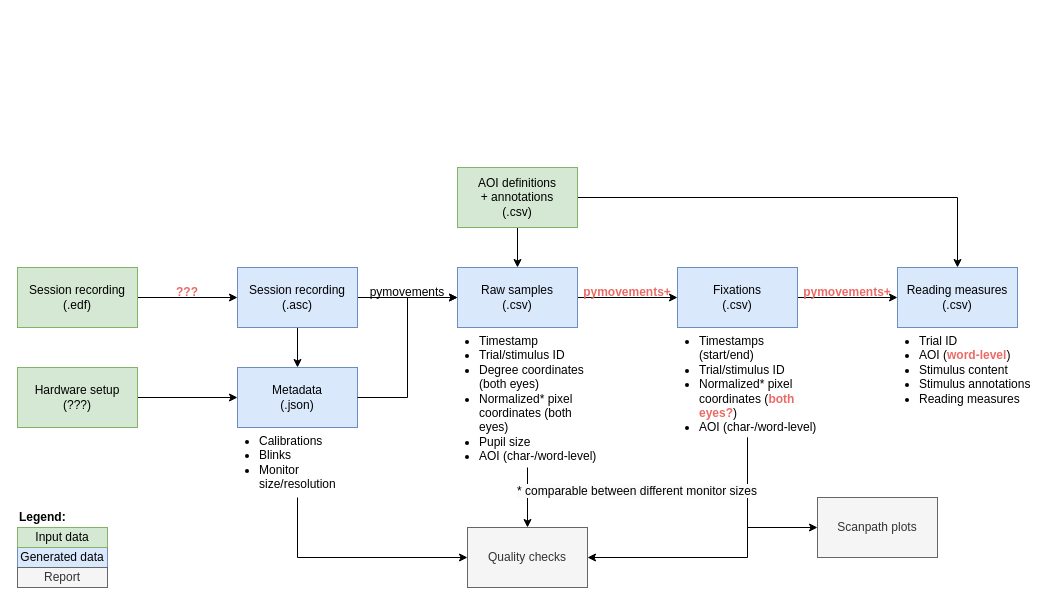
This is preprocessing.drawio from theDebbister/multipleye-preprocessing, a draw.io file, before an edit. Source tidied: cells renumbered, new cells numbered last; positions are measured from the earlier drawing's top-left corner, leaving out a move shared by most shapes. Both pictures are drawn from the tidied source at 100%, with x=0, y=0 at pixel (17, 167).
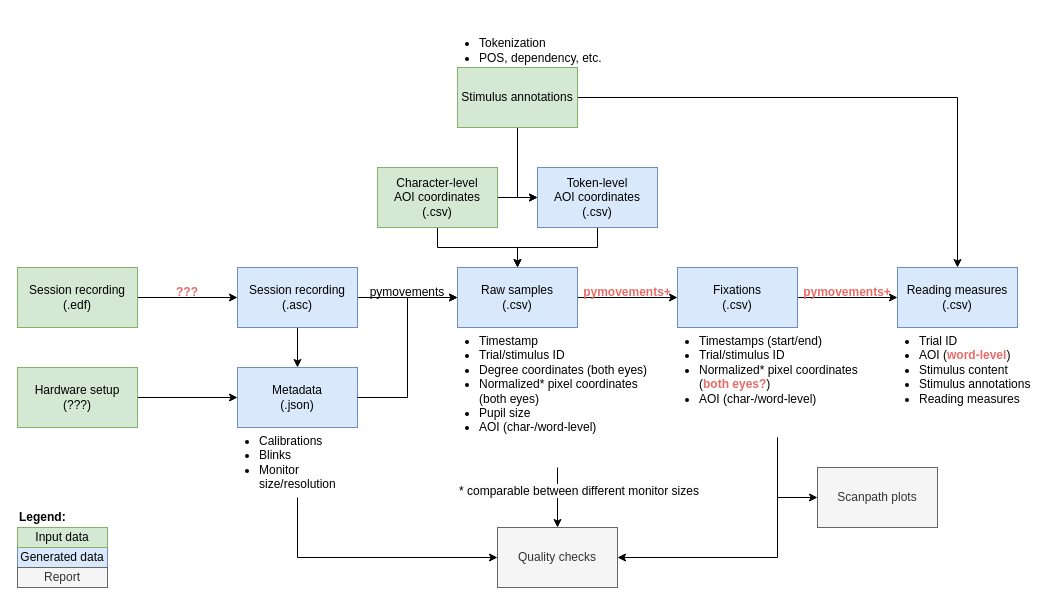
The same diagram, later.

Commit message:
Add stimulus annotations to diagram

The change refers to these unchanged cells:
```xml
<mxCell id="8" value="Raw samples&lt;div&gt;(.csv)&lt;/div&gt;" style="rounded=0;whiteSpace=wrap;html=1;fillColor=#dae8fc;strokeColor=#6c8ebf;" parent="1" vertex="1">
  <mxGeometry x="440" y="100" width="120" height="60" as="geometry" />
</mxCell>
<mxCell id="30" value="Reading measures&lt;div&gt;(.csv)&lt;/div&gt;" style="rounded=0;whiteSpace=wrap;html=1;fillColor=#dae8fc;strokeColor=#6c8ebf;" parent="1" vertex="1">
  <mxGeometry x="880" y="100" width="120" height="60" as="geometry" />
</mxCell>
```

Change to the diagram source:
```diff
@@
     <mxCell id="11" value="&lt;ul style=&quot;padding-left: 20px; margin-top: 0px; margin-bottom: 0px;&quot;&gt;&lt;li&gt;Timestamp&lt;/li&gt;&lt;li&gt;Trial/stimulus ID&lt;/li&gt;&lt;li&gt;Degree coordinates (both eyes)&lt;/li&gt;&lt;li&gt;Normalized* pixel coordinates (both eyes)&lt;/li&gt;&lt;li&gt;Pupil size&lt;/li&gt;&lt;li&gt;AOI (char-/word-level)&lt;/li&gt;&lt;/ul&gt;" style="text;html=1;align=left;verticalAlign=top;whiteSpace=wrap;rounded=0;" parent="1" vertex="1">
-      <mxGeometry x="440" y="160" width="140" height="140" as="geometry" />
+      <mxGeometry x="440" y="160" width="200" height="140" as="geometry" />
     </mxCell>
+    <mxCell id="38" style="edgeStyle=orthogonalEdgeStyle;html=1;entryX=0;entryY=0.5;entryDx=0;entryDy=0;arcSize=0;" parent="1" edge="1" source="14" target="44">
+      <mxGeometry relative="1" as="geometry" />
+    </mxCell>
-    <mxCell id="12" style="edgeStyle=orthogonalEdgeStyle;rounded=0;jettySize=auto;html=1;entryX=0.5;entryY=0;entryDx=0;entryDy=0;" parent="1" edge="1" source="14" target="8">
+    <mxCell id="12" style="edgeStyle=orthogonalEdgeStyle;html=1;entryX=0.5;entryY=0;entryDx=0;entryDy=0;arcSize=0;" parent="1" edge="1" source="14" target="8">
       <mxGeometry relative="1" as="geometry" />
     </mxCell>
-    <mxCell id="13" style="edgeStyle=orthogonalEdgeStyle;rounded=0;jettySize=auto;html=1;entryX=0.5;entryY=0;entryDx=0;entryDy=0;" parent="1" edge="1" source="14" target="30">
-      <mxGeometry relative="1" as="geometry" />
-    </mxCell>
-    <mxCell id="14" value="AOI definitions&lt;br&gt;+ annotations&lt;div&gt;(.csv)&lt;/div&gt;" style="rounded=0;whiteSpace=wrap;html=1;fillColor=#d5e8d4;strokeColor=#82b366;" parent="1" vertex="1">
-      <mxGeometry x="440" width="120" height="60" as="geometry" />
+    <mxCell id="14" value="Character-level&lt;br&gt;AOI coordinates&lt;br&gt;&lt;span style=&quot;background-color: initial;&quot;&gt;(.csv)&lt;/span&gt;" style="rounded=0;whiteSpace=wrap;html=1;fillColor=#d5e8d4;strokeColor=#82b366;" parent="1" vertex="1">
+      <mxGeometry x="360" width="120" height="60" as="geometry" />
     </mxCell>
@@
     <mxCell id="21" value="&lt;ul style=&quot;padding-left: 20px; margin-top: 0px; margin-bottom: 0px;&quot;&gt;&lt;li&gt;Timestamps (start/end)&lt;/li&gt;&lt;li&gt;Trial/stimulus ID&lt;/li&gt;&lt;li&gt;Normalized* pixel coordinates (&lt;b&gt;&lt;font color=&quot;#ea6b66&quot;&gt;both eyes?&lt;/font&gt;&lt;/b&gt;)&lt;/li&gt;&lt;li&gt;AOI (char-/word-level)&lt;/li&gt;&lt;/ul&gt;" style="text;html=1;align=left;verticalAlign=top;whiteSpace=wrap;rounded=0;" parent="1" vertex="1">
-      <mxGeometry x="660" y="160" width="140" height="110" as="geometry" />
+      <mxGeometry x="660" y="160" width="200" height="110" as="geometry" />
     </mxCell>
-    <mxCell id="22" value="&lt;span style=&quot;color: rgb(0, 0, 0); font-family: Helvetica; font-size: 12px; font-style: normal; font-variant-ligatures: normal; font-variant-caps: normal; font-weight: 400; letter-spacing: normal; orphans: 2; text-indent: 0px; text-transform: none; widows: 2; word-spacing: 0px; -webkit-text-stroke-width: 0px; white-space: normal; background-color: rgb(251, 251, 251); text-decoration-thickness: initial; text-decoration-style: initial; text-decoration-color: initial; float: none; display: inline !important;&quot;&gt;* comparable between different monitor sizes&lt;/span&gt;" style="text;whiteSpace=wrap;html=1;align=center;" parent="1" vertex="1">
-      <mxGeometry x="440" y="310" width="360" height="30" as="geometry" />
+    <mxCell id="22" value="&lt;span style=&quot;color: rgb(0, 0, 0); font-family: Helvetica; font-size: 12px; font-style: normal; font-variant-ligatures: normal; font-variant-caps: normal; font-weight: 400; letter-spacing: normal; orphans: 2; text-indent: 0px; text-transform: none; widows: 2; word-spacing: 0px; -webkit-text-stroke-width: 0px; white-space: normal; background-color: rgb(251, 251, 251); text-decoration-thickness: initial; text-decoration-style: initial; text-decoration-color: initial; float: none; display: inline !important;&quot;&gt;* comparable between different monitor sizes&lt;/span&gt;" style="text;whiteSpace=wrap;html=1;align=left;" parent="1" vertex="1">
+      <mxGeometry x="440" y="310" width="280" height="30" as="geometry" />
     </mxCell>
@@
     <mxCell id="26" value="Quality checks" style="rounded=0;whiteSpace=wrap;html=1;fillColor=#f5f5f5;strokeColor=#666666;fontColor=#333333;" parent="1" vertex="1">
-      <mxGeometry x="450" y="360" width="120" height="60" as="geometry" />
+      <mxGeometry x="480" y="360" width="120" height="60" as="geometry" />
     </mxCell>
@@
     <mxCell id="37" value="Scanpath plots" style="rounded=0;whiteSpace=wrap;html=1;fillColor=#f5f5f5;strokeColor=#666666;fontColor=#333333;" parent="1" vertex="1">
-      <mxGeometry x="800" y="330" width="120" height="60" as="geometry" />
+      <mxGeometry x="800" y="300" width="120" height="60" as="geometry" />
     </mxCell>
+    <mxCell id="39" style="edgeStyle=orthogonalEdgeStyle;html=1;entryX=0.5;entryY=0;entryDx=0;entryDy=0;arcSize=0;" parent="1" edge="1" source="41" target="30">
+      <mxGeometry relative="1" as="geometry" />
+    </mxCell>
+    <mxCell id="40" style="edgeStyle=orthogonalEdgeStyle;html=1;entryX=0;entryY=0.5;entryDx=0;entryDy=0;arcSize=0;" parent="1" edge="1" source="41" target="44">
+      <mxGeometry relative="1" as="geometry" />
+    </mxCell>
+    <mxCell id="41" value="Stimulus annotations" style="rounded=0;whiteSpace=wrap;html=1;fillColor=#d5e8d4;strokeColor=#82b366;" parent="1" vertex="1">
+      <mxGeometry x="440" y="-100" width="120" height="60" as="geometry" />
+    </mxCell>
+    <mxCell id="42" value="&lt;ul style=&quot;padding-left: 20px; margin-top: 0px; margin-bottom: 0px;&quot;&gt;&lt;li&gt;Tokenization&lt;/li&gt;&lt;li&gt;POS, dependency, etc.&lt;/li&gt;&lt;/ul&gt;" style="text;html=1;align=left;verticalAlign=bottom;whiteSpace=wrap;rounded=0;" parent="1" vertex="1">
+      <mxGeometry x="440" y="-150" width="160" height="50" as="geometry" />
+    </mxCell>
+    <mxCell id="43" style="edgeStyle=orthogonalEdgeStyle;html=1;exitX=0.5;exitY=1;exitDx=0;exitDy=0;entryX=0.5;entryY=0;entryDx=0;entryDy=0;arcSize=0;" parent="1" edge="1" source="44" target="8">
+      <mxGeometry relative="1" as="geometry" />
+    </mxCell>
+    <mxCell id="44" value="Token-level&lt;br&gt;AOI coordinates&lt;br&gt;&lt;span style=&quot;background-color: initial;&quot;&gt;(.csv)&lt;/span&gt;" style="rounded=0;whiteSpace=wrap;html=1;fillColor=#dae8fc;strokeColor=#6c8ebf;" parent="1" vertex="1">
+      <mxGeometry x="520" width="120" height="60" as="geometry" />
+    </mxCell>
```
